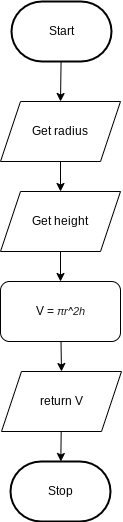
Above: Drawio/FlowChart.png in JacksonNaufal/ICS3U-Unit-Assignment-6-Python (draw.io), before the change. Source tidied: cells renumbered, new cells last; positions are measured from the earlier drawing's top-left corner, leaving out a move shared by most shapes. The source it was exported from:
```xml
<mxGraphModel>
  <root>
    <mxCell id="0" />
    <mxCell id="1" parent="0" />
    <mxCell id="2" style="edgeStyle=none;rounded=0;html=1;entryX=0.5;entryY=0;entryDx=0;entryDy=0;endArrow=classic;endFill=1;" parent="1" edge="1" source="3" target="8">
      <mxGeometry relative="1" as="geometry" />
    </mxCell>
    <mxCell id="3" value="Start" style="strokeWidth=2;html=1;shape=mxgraph.flowchart.terminator;whiteSpace=wrap;" parent="1" vertex="1">
      <mxGeometry x="11" width="100" height="60" as="geometry" />
    </mxCell>
    <mxCell id="4" value="Stop" style="strokeWidth=2;html=1;shape=mxgraph.flowchart.terminator;whiteSpace=wrap;rounded=1;" parent="1" vertex="1">
      <mxGeometry x="10" y="460" width="100" height="60" as="geometry" />
    </mxCell>
    <mxCell id="5" style="edgeStyle=none;html=1;startArrow=none;" parent="1" edge="1" source="6" target="4">
      <mxGeometry relative="1" as="geometry" />
    </mxCell>
    <mxCell id="6" value="&lt;font style=&quot;font-size: 12px&quot;&gt;return V&lt;/font&gt;" style="shape=parallelogram;perimeter=parallelogramPerimeter;whiteSpace=wrap;html=1;fixedSize=1;fontSize=8;" parent="1" vertex="1">
      <mxGeometry x="1" y="370" width="120" height="60" as="geometry" />
    </mxCell>
    <mxCell id="7" style="edgeStyle=none;html=1;fontFamily=Helvetica;fontSize=11;" parent="1" edge="1" source="8" target="12">
      <mxGeometry relative="1" as="geometry" />
    </mxCell>
    <mxCell id="8" value="Get radius" style="shape=parallelogram;perimeter=parallelogramPerimeter;whiteSpace=wrap;html=1;fixedSize=1;" parent="1" vertex="1">
      <mxGeometry y="100" width="120" height="60" as="geometry" />
    </mxCell>
    <mxCell id="9" style="edgeStyle=none;html=1;entryX=0.5;entryY=0;entryDx=0;entryDy=0;fontFamily=Helvetica;fontSize=11;" parent="1" edge="1" source="10" target="6">
      <mxGeometry relative="1" as="geometry" />
    </mxCell>
    <mxCell id="10" value="V =&amp;nbsp;&lt;span style=&quot;color: rgb(32 , 33 , 36) ; font-style: italic ; background-color: rgb(255 , 255 , 255)&quot;&gt;&lt;font style=&quot;font-size: 11px&quot;&gt;πr^2h&lt;/font&gt;&lt;/span&gt;" style="rounded=1;whiteSpace=wrap;html=1;" parent="1" vertex="1">
      <mxGeometry y="280" width="120" height="60" as="geometry" />
    </mxCell>
    <mxCell id="11" style="edgeStyle=none;html=1;fontFamily=Helvetica;fontSize=11;" parent="1" edge="1" source="12" target="10">
      <mxGeometry relative="1" as="geometry" />
    </mxCell>
    <mxCell id="12" value="Get height" style="shape=parallelogram;perimeter=parallelogramPerimeter;whiteSpace=wrap;html=1;fixedSize=1;" parent="1" vertex="1">
      <mxGeometry y="190" width="120" height="60" as="geometry" />
    </mxCell>
  </root>
</mxGraphModel>
```
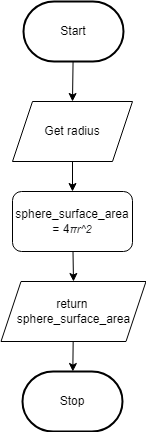
Later version of the same file.

What changed in the source:
```diff
@@ -9,31 +9,25 @@
       <mxGeometry x="11" width="100" height="60" as="geometry" />
     </mxCell>
     <mxCell id="4" value="Stop" style="strokeWidth=2;html=1;shape=mxgraph.flowchart.terminator;whiteSpace=wrap;rounded=1;" parent="1" vertex="1">
-      <mxGeometry x="10" y="460" width="100" height="60" as="geometry" />
+      <mxGeometry x="10" y="370" width="100" height="60" as="geometry" />
     </mxCell>
     <mxCell id="5" style="edgeStyle=none;html=1;startArrow=none;" parent="1" edge="1" source="6" target="4">
       <mxGeometry relative="1" as="geometry" />
     </mxCell>
-    <mxCell id="6" value="&lt;font style=&quot;font-size: 12px&quot;&gt;return V&lt;/font&gt;" style="shape=parallelogram;perimeter=parallelogramPerimeter;whiteSpace=wrap;html=1;fixedSize=1;fontSize=8;" parent="1" vertex="1">
-      <mxGeometry x="1" y="370" width="120" height="60" as="geometry" />
+    <mxCell id="6" value="&lt;font style=&quot;font-size: 12px&quot;&gt;return&amp;nbsp;&lt;br&gt;&lt;/font&gt;&lt;span style=&quot;font-size: 12px&quot;&gt;sphere_surface_area&lt;/span&gt;" style="shape=parallelogram;perimeter=parallelogramPerimeter;whiteSpace=wrap;html=1;fixedSize=1;fontSize=8;" parent="1" vertex="1">
+      <mxGeometry x="-11.5" y="280" width="145" height="60" as="geometry" />
     </mxCell>
-    <mxCell id="7" style="edgeStyle=none;html=1;fontFamily=Helvetica;fontSize=11;" parent="1" edge="1" source="8" target="12">
-      <mxGeometry relative="1" as="geometry" />
-    </mxCell>
+    <mxCell id="13" style="edgeStyle=none;html=1;entryX=0.5;entryY=0;entryDx=0;entryDy=0;" parent="1" edge="1" source="8" target="10">
+      <mxGeometry relative="1" as="geometry" />
+    </mxCell>
     <mxCell id="8" value="Get radius" style="shape=parallelogram;perimeter=parallelogramPerimeter;whiteSpace=wrap;html=1;fixedSize=1;" parent="1" vertex="1">
       <mxGeometry y="100" width="120" height="60" as="geometry" />
     </mxCell>
     <mxCell id="9" style="edgeStyle=none;html=1;entryX=0.5;entryY=0;entryDx=0;entryDy=0;fontFamily=Helvetica;fontSize=11;" parent="1" edge="1" source="10" target="6">
       <mxGeometry relative="1" as="geometry" />
     </mxCell>
-    <mxCell id="10" value="V =&amp;nbsp;&lt;span style=&quot;color: rgb(32 , 33 , 36) ; font-style: italic ; background-color: rgb(255 , 255 , 255)&quot;&gt;&lt;font style=&quot;font-size: 11px&quot;&gt;πr^2h&lt;/font&gt;&lt;/span&gt;" style="rounded=1;whiteSpace=wrap;html=1;" parent="1" vertex="1">
-      <mxGeometry y="280" width="120" height="60" as="geometry" />
+    <mxCell id="10" value="sphere_surface_area&lt;br&gt;= 4&lt;span style=&quot;color: rgb(32 , 33 , 36) ; font-style: italic ; background-color: rgb(255 , 255 , 255)&quot;&gt;&lt;font style=&quot;font-size: 11px&quot;&gt;πr^2&lt;/font&gt;&lt;/span&gt;" style="rounded=1;whiteSpace=wrap;html=1;" parent="1" vertex="1">
+      <mxGeometry y="190" width="120" height="60" as="geometry" />
     </mxCell>
-    <mxCell id="11" style="edgeStyle=none;html=1;fontFamily=Helvetica;fontSize=11;" parent="1" edge="1" source="12" target="10">
-      <mxGeometry relative="1" as="geometry" />
-    </mxCell>
-    <mxCell id="12" value="Get height" style="shape=parallelogram;perimeter=parallelogramPerimeter;whiteSpace=wrap;html=1;fixedSize=1;" parent="1" vertex="1">
-      <mxGeometry y="190" width="120" height="60" as="geometry" />
-    </mxCell>
   </root>
 </mxGraphModel>
```
